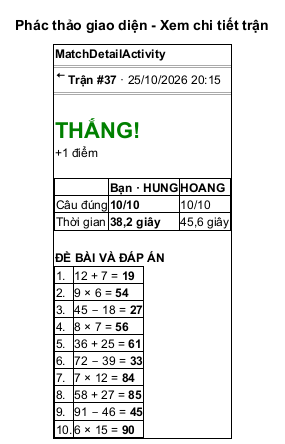
Earlier version of the PlantUML export docs/hung/giao-dien-uc04b.png (HungNguyenBa1811/math-dash).
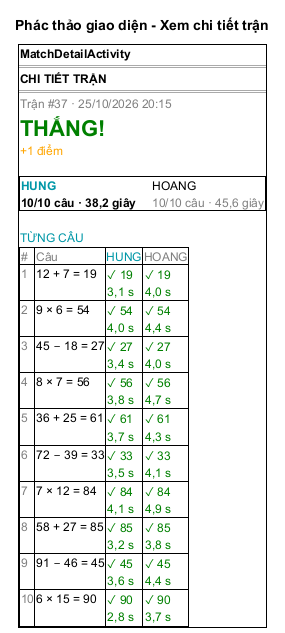
The same diagram one commit later.

Diff of the diagram source:
```diff
@@ -4,30 +4,90 @@
   {+
   <b>MatchDetailActivity
   ==
-  { <&arrow-left> | <b>Trận #37</b> · 25/10/2026 20:15 }
+  <b>CHI TIẾT TRẬN</b>
   ==
+  <color:gray>Trận #37 · 25/10/2026 20:15</color>
+  <size:22><b><color:green>THẮNG!</color></b></size>
+  <color:orange>+1 điểm</color>
   .
-  <size:22><b><color:green>THẮNG!</color></b></size>
-  +1 điểm
-  .
-  {#
-  . | <b>Bạn · HUNG</b> | <b>HOANG</b>
-  Câu đúng | <b>10/10</b> | 10/10
-  Thời gian | <b>38,2 giây</b> | 45,6 giây
+  {+
+  <b><color:#0097A7>HUNG</color></b> | <color:#FFFFFF>xx</color> | HOANG
+  <b>10/10 câu · 38,2 giây</b> | . | <color:gray>10/10 câu · 45,6 giây</color>
   }
   .
-  <b>ĐỀ BÀI VÀ ĐÁP ÁN</b>
+  <color:#0097A7>TỪNG CÂU</color>
   {#
-  1. | 12 + 7 = <b>19</b>
-  2. | 9 × 6 = <b>54</b>
-  3. | 45 − 18 = <b>27</b>
-  4. | 8 × 7 = <b>56</b>
-  5. | 36 + 25 = <b>61</b>
-  6. | 72 − 39 = <b>33</b>
-  7. | 7 × 12 = <b>84</b>
-  8. | 58 + 27 = <b>85</b>
-  9. | 91 − 46 = <b>45</b>
-  10. | 6 × 15 = <b>90</b>
+  <color:gray>#</color> | <color:gray>Câu</color> | <color:#0097A7>HUNG</color> | <color:gray>HOANG</color>
+  <color:gray>1</color> | 12 + 7 = 19 | {
+  <color:green>✓ 19</color>
+  <color:green>3,1 s</color>
+  } | {
+  <color:green>✓ 19</color>
+  <color:green>4,0 s</color>
+  }
+  <color:gray>2</color> | 9 × 6 = 54 | {
+  <color:green>✓ 54</color>
+  <color:green>4,0 s</color>
+  } | {
+  <color:green>✓ 54</color>
+  <color:green>4,4 s</color>
+  }
+  <color:gray>3</color> | 45 − 18 = 27 | {
+  <color:green>✓ 27</color>
+  <color:green>3,4 s</color>
+  } | {
+  <color:green>✓ 27</color>
+  <color:green>4,0 s</color>
+  }
+  <color:gray>4</color> | 8 × 7 = 56 | {
+  <color:green>✓ 56</color>
+  <color:green>3,8 s</color>
+  } | {
+  <color:green>✓ 56</color>
+  <color:green>4,7 s</color>
+  }
+  <color:gray>5</color> | 36 + 25 = 61 | {
+  <color:green>✓ 61</color>
+  <color:green>3,7 s</color>
+  } | {
+  <color:green>✓ 61</color>
+  <color:green>4,3 s</color>
+  }
+  <color:gray>6</color> | 72 − 39 = 33 | {
+  <color:green>✓ 33</color>
+  <color:green>3,5 s</color>
+  } | {
+  <color:green>✓ 33</color>
+  <color:green>4,1 s</color>
+  }
+  <color:gray>7</color> | 7 × 12 = 84 | {
+  <color:green>✓ 84</color>
+  <color:green>4,1 s</color>
+  } | {
+  <color:green>✓ 84</color>
+  <color:green>4,9 s</color>
+  }
+  <color:gray>8</color> | 58 + 27 = 85 | {
+  <color:green>✓ 85</color>
+  <color:green>3,2 s</color>
+  } | {
+  <color:green>✓ 85</color>
+  <color:green>3,8 s</color>
+  }
+  <color:gray>9</color> | 91 − 46 = 45 | {
+  <color:green>✓ 45</color>
+  <color:green>3,6 s</color>
+  } | {
+  <color:green>✓ 45</color>
+  <color:green>4,4 s</color>
+  }
+  <color:gray>10</color> | 6 × 15 = 90 | {
+  <color:green>✓ 90</color>
+  <color:green>2,8 s</color>
+  } | {
+  <color:green>✓ 90</color>
+  <color:green>3,7 s</color>
+  }
   }
   }
 }
```
